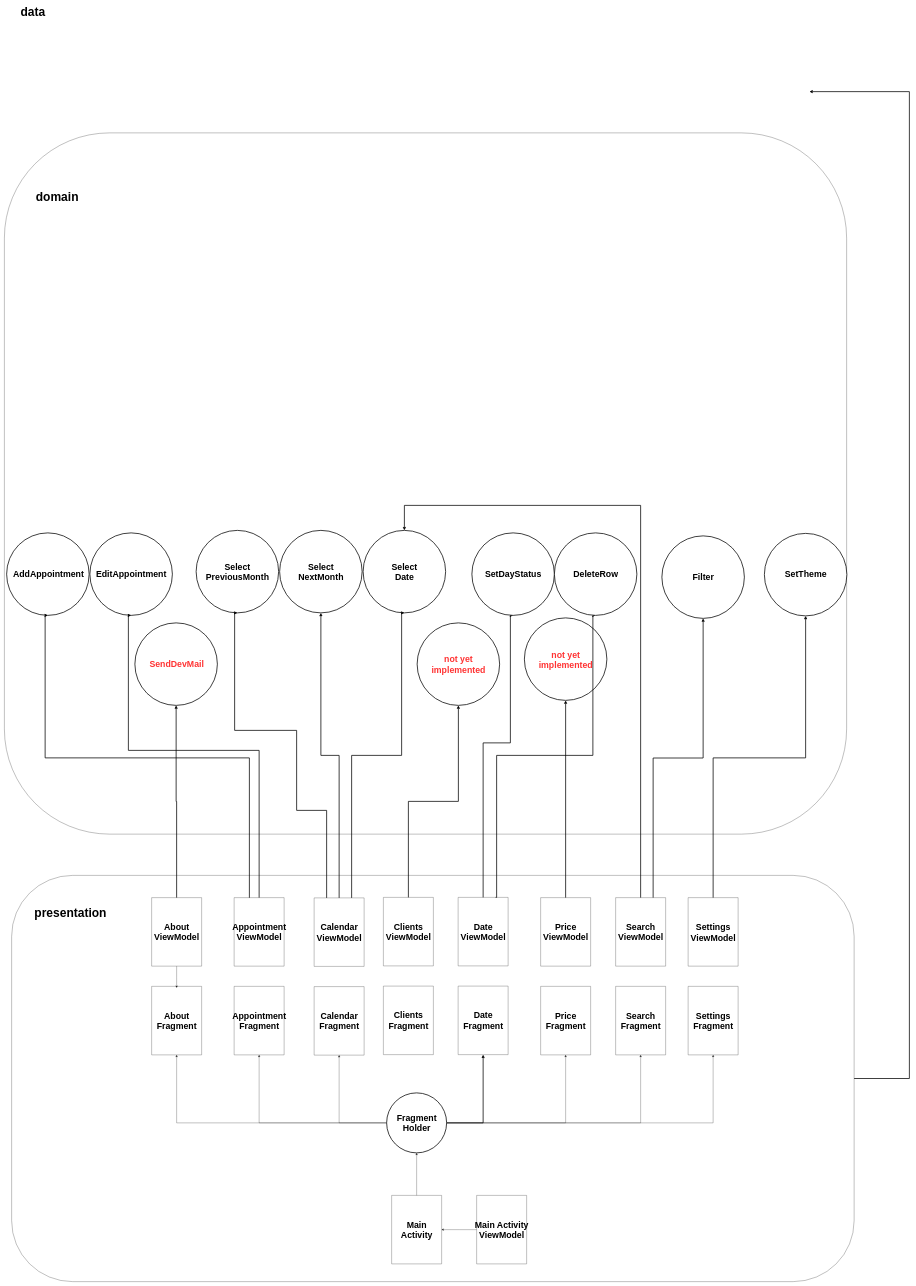
lemmiwinks1551/MySchedule keeps this draw.io diagram as Диаграмма без названия.drawio. Above is the earlier version. Source tidied: cells renumbered, new cells numbered last; positions are measured from the earlier drawing's top-left corner, leaving out a move shared by most shapes. Both pictures are drawn from the tidied source at 25%, with x=0, y=0 at pixel (4, 6).
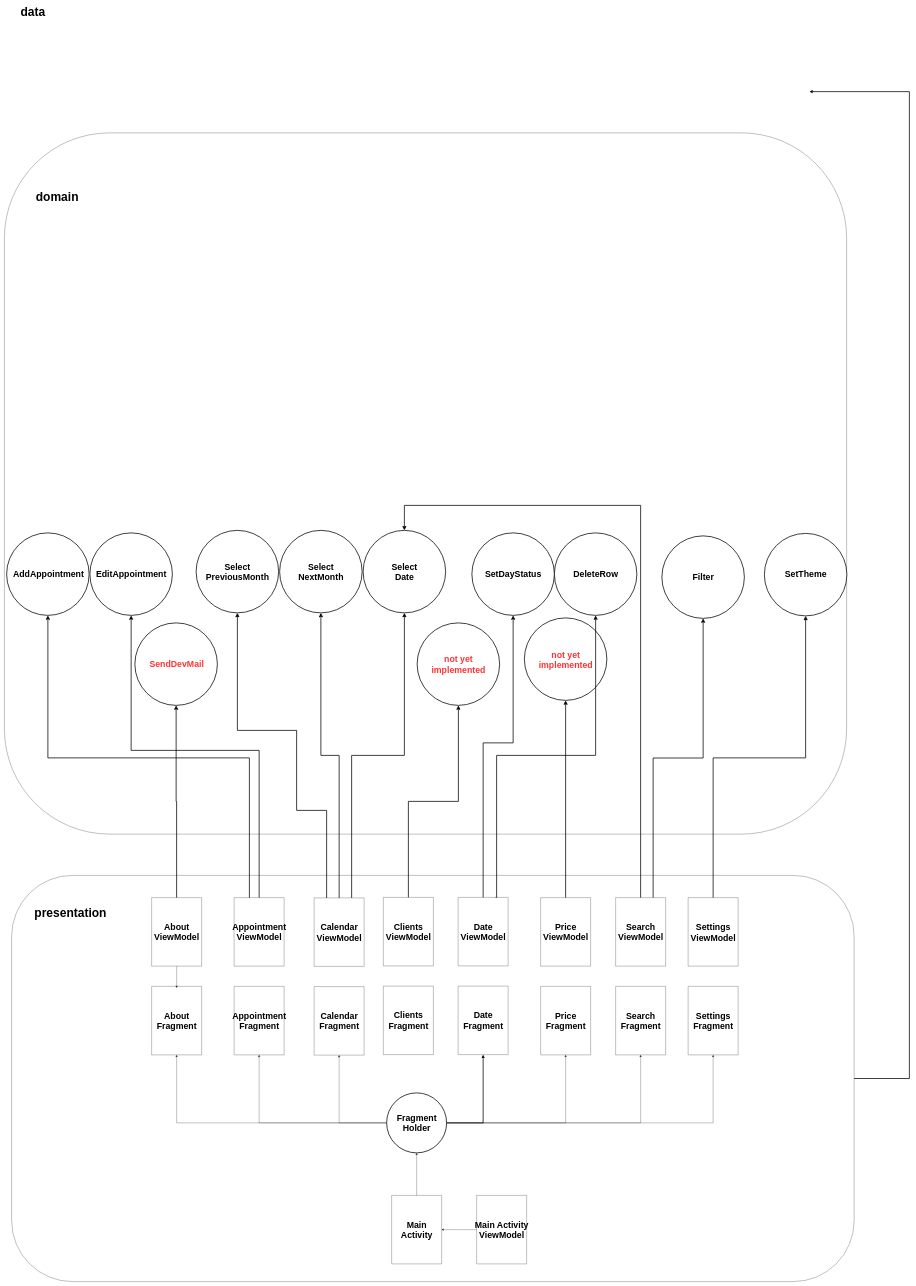
Above is the later version.

Unchanged cells that the change refers to:
```xml
<mxCell id="5" style="ellipse;whiteSpace=wrap;html=1;strokeWidth=3;fontSize=48;" parent="3" vertex="1">
  <mxGeometry width="330" height="330" as="geometry" />
</mxCell>
<mxCell id="9" style="ellipse;whiteSpace=wrap;html=1;strokeWidth=3;fontSize=48;" parent="8" vertex="1">
  <mxGeometry width="330" height="330" as="geometry" />
</mxCell>
<mxCell id="12" style="ellipse;whiteSpace=wrap;html=1;strokeWidth=3;fontSize=48;" parent="11" vertex="1">
  <mxGeometry x="2" width="330" height="330" as="geometry" />
</mxCell>
<mxCell id="14" style="ellipse;whiteSpace=wrap;html=1;strokeWidth=3;fontSize=48;" parent="3" vertex="1">
  <mxGeometry x="2071" y="340" width="330" height="330" as="geometry" />
</mxCell>
<mxCell id="19" style="ellipse;whiteSpace=wrap;html=1;strokeWidth=3;fontSize=48;" parent="18" vertex="1">
  <mxGeometry x="-95" y="20" width="330" height="330" as="geometry" />
</mxCell>
<mxCell id="22" style="ellipse;whiteSpace=wrap;html=1;strokeWidth=3;fontSize=48;" parent="21" vertex="1">
  <mxGeometry x="-100" width="330" height="330" as="geometry" />
</mxCell>
<mxCell id="25" style="ellipse;whiteSpace=wrap;html=1;strokeWidth=3;fontSize=48;" parent="24" vertex="1">
  <mxGeometry x="2" width="330" height="330" as="geometry" />
</mxCell>
<mxCell id="28" style="ellipse;whiteSpace=wrap;html=1;strokeWidth=3;fontSize=48;" parent="27" vertex="1">
  <mxGeometry x="2" width="330" height="330" as="geometry" />
</mxCell>
<mxCell id="34" style="swimlane;startSize=0;" parent="1" vertex="1">
  <mxGeometry x="1239" y="3565" width="200" height="274.1" as="geometry" />
</mxCell>
<mxCell id="39" style="swimlane;startSize=0;" parent="1" vertex="1">
  <mxGeometry x="919" y="3564" width="200" height="274.1" as="geometry" />
</mxCell>
<mxCell id="44" style="swimlane;startSize=0;" parent="1" vertex="1">
  <mxGeometry x="1815" y="3563" width="200" height="274.1" as="geometry" />
</mxCell>
<mxCell id="48" style="swimlane;startSize=0;fontSize=35;" parent="1" vertex="1">
  <mxGeometry x="2145" y="3564" width="200" height="274.1" as="geometry" />
</mxCell>
<mxCell id="53" style="swimlane;startSize=0;" parent="1" vertex="1">
  <mxGeometry x="2445" y="3564" width="200" height="274.1" as="geometry" />
</mxCell>
<mxCell id="57" style="swimlane;startSize=0;" parent="1" vertex="1">
  <mxGeometry x="2735" y="3564" width="200" height="274.1" as="geometry" />
</mxCell>
<mxCell id="71" style="swimlane;startSize=0;" parent="1" vertex="1">
  <mxGeometry x="589" y="3564" width="200" height="274.1" as="geometry" />
</mxCell>
<mxCell id="88" style="swimlane;startSize=0;" parent="1" vertex="1">
  <mxGeometry x="1516" y="3563" width="200" height="274.1" as="geometry" />
</mxCell>
<mxCell id="92" style="ellipse;whiteSpace=wrap;html=1;strokeWidth=3;fontSize=48;" parent="1" vertex="1">
  <mxGeometry x="1870" y="2105" width="330" height="330" as="geometry" />
</mxCell>
<mxCell id="94" style="ellipse;whiteSpace=wrap;html=1;strokeWidth=3;fontSize=48;" parent="1" vertex="1">
  <mxGeometry x="2200" y="2105" width="330" height="330" as="geometry" />
</mxCell>
<mxCell id="96" style="ellipse;whiteSpace=wrap;html=1;strokeWidth=3;fontSize=48;" parent="1" vertex="1">
  <mxGeometry x="2630" y="2117" width="330" height="330" as="geometry" />
</mxCell>
<mxCell id="98" style="ellipse;whiteSpace=wrap;html=1;strokeWidth=3;fontSize=48;" parent="1" vertex="1">
  <mxGeometry x="3040" y="2107" width="330" height="330" as="geometry" />
</mxCell>
```

Change to the diagram source:
```diff
@@
-    <mxCell id="31" style="edgeStyle=orthogonalEdgeStyle;rounded=0;jumpSize=11;jettySize=auto;html=1;entryX=0.5;entryY=1;entryDx=0;entryDy=0;strokeWidth=3;fontSize=35;fontColor=#FF3333;" parent="1" edge="1" source="34" target="25">
+    <mxCell id="31" style="edgeStyle=orthogonalEdgeStyle;rounded=0;jumpSize=11;jettySize=auto;html=1;entryX=0.5;entryY=1;entryDx=0;entryDy=0;strokeWidth=3;fontSize=35;fontColor=#FF3333;endSize=10;" parent="1" edge="1" source="34" target="25">
       <mxGeometry relative="1" as="geometry" />
     </mxCell>
-    <mxCell id="32" style="edgeStyle=orthogonalEdgeStyle;rounded=0;jumpSize=11;jettySize=auto;html=1;strokeWidth=3;fontSize=35;fontColor=#FF3333;entryX=0.5;entryY=1;entryDx=0;entryDy=0;exitX=0.25;exitY=0;exitDx=0;exitDy=0;" parent="1" edge="1" source="34" target="22">
+    <mxCell id="32" style="edgeStyle=orthogonalEdgeStyle;rounded=0;jumpSize=11;jettySize=auto;html=1;strokeWidth=3;fontSize=35;fontColor=#FF3333;entryX=0.5;entryY=1;entryDx=0;entryDy=0;exitX=0.25;exitY=0;exitDx=0;exitDy=0;endSize=10;" parent="1" edge="1" source="34" target="22">
       <mxGeometry relative="1" as="geometry">
         <Array as="points">
           <mxPoint x="1289" y="3215" />
           <mxPoint x="1169" y="3215" />
           <mxPoint x="1169" y="2895" />
-          <mxPoint x="921" y="2895" />
+          <mxPoint x="932" y="2895" />
         </Array>
       </mxGeometry>
     </mxCell>
-    <mxCell id="33" style="edgeStyle=orthogonalEdgeStyle;rounded=0;jumpSize=11;jettySize=auto;html=1;entryX=0.5;entryY=1;entryDx=0;entryDy=0;strokeWidth=3;fontSize=35;fontColor=#FF3333;exitX=0.75;exitY=0;exitDx=0;exitDy=0;" parent="1" edge="1" source="34" target="28">
+    <mxCell id="33" style="edgeStyle=orthogonalEdgeStyle;rounded=0;jumpSize=11;jettySize=auto;html=1;entryX=0.5;entryY=1;entryDx=0;entryDy=0;strokeWidth=3;fontSize=35;fontColor=#FF3333;exitX=0.75;exitY=0;exitDx=0;exitDy=0;endSize=10;" parent="1" edge="1" source="34" target="28">
       <mxGeometry relative="1" as="geometry">
         <Array as="points">
           <mxPoint x="1389" y="2995" />
-          <mxPoint x="1589" y="2995" />
-          <mxPoint x="1589" y="2425" />
+          <mxPoint x="1600" y="2995" />
         </Array>
       </mxGeometry>
     </mxCell>
@@
-    <mxCell id="37" style="edgeStyle=orthogonalEdgeStyle;rounded=0;jumpSize=11;jettySize=auto;html=1;entryX=0.5;entryY=1;entryDx=0;entryDy=0;strokeWidth=3;fontSize=35;fontColor=#FF3333;exitX=0.305;exitY=0.002;exitDx=0;exitDy=0;exitPerimeter=0;" parent="1" edge="1" source="39" target="5">
+    <mxCell id="37" style="edgeStyle=orthogonalEdgeStyle;rounded=0;jumpSize=11;jettySize=auto;html=1;entryX=0.5;entryY=1;entryDx=0;entryDy=0;strokeWidth=3;fontSize=35;fontColor=#FF3333;exitX=0.305;exitY=0.002;exitDx=0;exitDy=0;exitPerimeter=0;endSize=10;" parent="1" edge="1" source="39" target="5">
       <mxGeometry relative="1" as="geometry">
         <Array as="points">
           <mxPoint x="980" y="3005" />
-          <mxPoint x="163" y="3005" />
+          <mxPoint x="174" y="3005" />
         </Array>
       </mxGeometry>
     </mxCell>
-    <mxCell id="38" style="edgeStyle=orthogonalEdgeStyle;rounded=0;jumpSize=11;jettySize=auto;html=1;entryX=0.5;entryY=1;entryDx=0;entryDy=0;strokeWidth=3;fontSize=35;fontColor=#FF3333;" parent="1" edge="1" source="39" target="19">
+    <mxCell id="38" style="edgeStyle=orthogonalEdgeStyle;rounded=0;jumpSize=11;jettySize=auto;html=1;entryX=0.5;entryY=1;entryDx=0;entryDy=0;strokeWidth=3;fontSize=35;fontColor=#FF3333;endSize=10;" parent="1" edge="1" source="39" target="19">
       <mxGeometry relative="1" as="geometry">
         <Array as="points">
           <mxPoint x="1019" y="2975" />
-          <mxPoint x="496" y="2975" />
+          <mxPoint x="507" y="2975" />
         </Array>
       </mxGeometry>
     </mxCell>
@@
-    <mxCell id="42" style="edgeStyle=orthogonalEdgeStyle;rounded=0;jumpSize=11;jettySize=auto;html=1;entryX=0.5;entryY=1;entryDx=0;entryDy=0;strokeWidth=3;fontSize=35;fontColor=#FF3333;" parent="1" edge="1" source="44" target="92">
+    <mxCell id="42" style="edgeStyle=orthogonalEdgeStyle;rounded=0;jumpSize=11;jettySize=auto;html=1;entryX=0.5;entryY=1;entryDx=0;entryDy=0;strokeWidth=3;fontSize=35;fontColor=#FF3333;endSize=10;" parent="1" edge="1" source="44" target="92">
       <mxGeometry relative="1" as="geometry">
         <Array as="points">
           <mxPoint x="1915" y="2945" />
-          <mxPoint x="2024" y="2945" />
+          <mxPoint x="2035" y="2945" />
         </Array>
       </mxGeometry>
     </mxCell>
-    <mxCell id="43" style="edgeStyle=orthogonalEdgeStyle;rounded=0;jumpSize=11;jettySize=auto;html=1;entryX=0.5;entryY=1;entryDx=0;entryDy=0;strokeWidth=3;fontSize=35;fontColor=#FF3333;exitX=0.75;exitY=0;exitDx=0;exitDy=0;" parent="1" edge="1" source="44" target="94">
+    <mxCell id="43" style="edgeStyle=orthogonalEdgeStyle;rounded=0;jumpSize=11;jettySize=auto;html=1;entryX=0.5;entryY=1;entryDx=0;entryDy=0;strokeWidth=3;fontSize=35;fontColor=#FF3333;exitX=0.75;exitY=0;exitDx=0;exitDy=0;endSize=10;" parent="1" edge="1" source="44" target="94">
       <mxGeometry relative="1" as="geometry">
         <Array as="points">
           <mxPoint x="1969" y="3563" />
           <mxPoint x="1969" y="2995" />
-          <mxPoint x="2354" y="2995" />
+          <mxPoint x="2365" y="2995" />
         </Array>
       </mxGeometry>
     </mxCell>
@@
-    <mxCell id="47" style="edgeStyle=orthogonalEdgeStyle;rounded=0;jumpSize=11;jettySize=auto;html=1;entryX=0.5;entryY=1;entryDx=0;entryDy=0;strokeWidth=3;fontSize=35;fontColor=#FF3333;" parent="1" edge="1" source="48" target="14">
+    <mxCell id="47" style="edgeStyle=orthogonalEdgeStyle;rounded=0;jumpSize=11;jettySize=auto;html=1;entryX=0.5;entryY=1;entryDx=0;entryDy=0;strokeWidth=3;fontSize=35;fontColor=#FF3333;endSize=10;" parent="1" edge="1" source="48" target="14">
       <mxGeometry relative="1" as="geometry" />
     </mxCell>
@@
-    <mxCell id="51" style="edgeStyle=orthogonalEdgeStyle;rounded=0;jumpSize=11;jettySize=auto;html=1;entryX=0.5;entryY=1;entryDx=0;entryDy=0;strokeWidth=3;fontSize=35;fontColor=#FF3333;exitX=0.75;exitY=0;exitDx=0;exitDy=0;" parent="1" edge="1" source="53" target="96">
+    <mxCell id="51" style="edgeStyle=orthogonalEdgeStyle;rounded=0;jumpSize=11;jettySize=auto;html=1;entryX=0.5;entryY=1;entryDx=0;entryDy=0;strokeWidth=3;fontSize=35;fontColor=#FF3333;exitX=0.75;exitY=0;exitDx=0;exitDy=0;endSize=10;" parent="1" edge="1" source="53" target="96">
       <mxGeometry relative="1" as="geometry" />
     </mxCell>
-    <mxCell id="52" style="edgeStyle=orthogonalEdgeStyle;rounded=0;jettySize=auto;html=1;entryX=0.5;entryY=0;entryDx=0;entryDy=0;strokeWidth=3;" parent="1" edge="1" source="53" target="28">
+    <mxCell id="52" style="edgeStyle=orthogonalEdgeStyle;rounded=0;jettySize=auto;html=1;entryX=0.5;entryY=0;entryDx=0;entryDy=0;strokeWidth=3;endSize=10;" parent="1" edge="1" source="53" target="28">
       <mxGeometry relative="1" as="geometry">
         <Array as="points">
           <mxPoint x="2545" y="1995" />
           <mxPoint x="1600" y="1995" />
         </Array>
       </mxGeometry>
     </mxCell>
@@
-    <mxCell id="56" style="edgeStyle=orthogonalEdgeStyle;rounded=0;jumpSize=11;jettySize=auto;html=1;entryX=0.5;entryY=1;entryDx=0;entryDy=0;strokeWidth=3;fontSize=35;fontColor=#FF3333;exitX=0.5;exitY=0;exitDx=0;exitDy=0;" parent="1" edge="1" source="57" target="98">
+    <mxCell id="56" style="edgeStyle=orthogonalEdgeStyle;rounded=0;jumpSize=11;jettySize=auto;html=1;entryX=0.5;entryY=1;entryDx=0;entryDy=0;strokeWidth=3;fontSize=35;fontColor=#FF3333;exitX=0.5;exitY=0;exitDx=0;exitDy=0;endSize=10;" parent="1" edge="1" source="57" target="98">
       <mxGeometry relative="1" as="geometry">
         <Array as="points">
           <mxPoint x="2835" y="3005" />
           <mxPoint x="3205" y="3005" />
         </Array>
       </mxGeometry>
     </mxCell>
@@
-    <mxCell id="70" style="edgeStyle=orthogonalEdgeStyle;rounded=0;jettySize=auto;html=1;entryX=0.5;entryY=1;entryDx=0;entryDy=0;strokeWidth=3;" parent="1" edge="1" source="71" target="9">
+    <mxCell id="70" style="edgeStyle=orthogonalEdgeStyle;rounded=0;jettySize=auto;html=1;entryX=0.5;entryY=1;entryDx=0;entryDy=0;strokeWidth=3;endSize=10;" parent="1" edge="1" source="71" target="9">
       <mxGeometry relative="1" as="geometry" />
     </mxCell>
@@
-    <mxCell id="87" style="edgeStyle=orthogonalEdgeStyle;rounded=0;jumpSize=11;jettySize=auto;html=1;entryX=0.5;entryY=1;entryDx=0;entryDy=0;strokeWidth=3;fontSize=35;fontColor=#000000000;" parent="1" edge="1" source="88" target="12">
+    <mxCell id="87" style="edgeStyle=orthogonalEdgeStyle;rounded=0;jumpSize=11;jettySize=auto;html=1;entryX=0.5;entryY=1;entryDx=0;entryDy=0;strokeWidth=3;fontSize=35;fontColor=#000000000;endSize=10;" parent="1" edge="1" source="88" target="12">
       <mxGeometry relative="1" as="geometry" />
     </mxCell>
```
